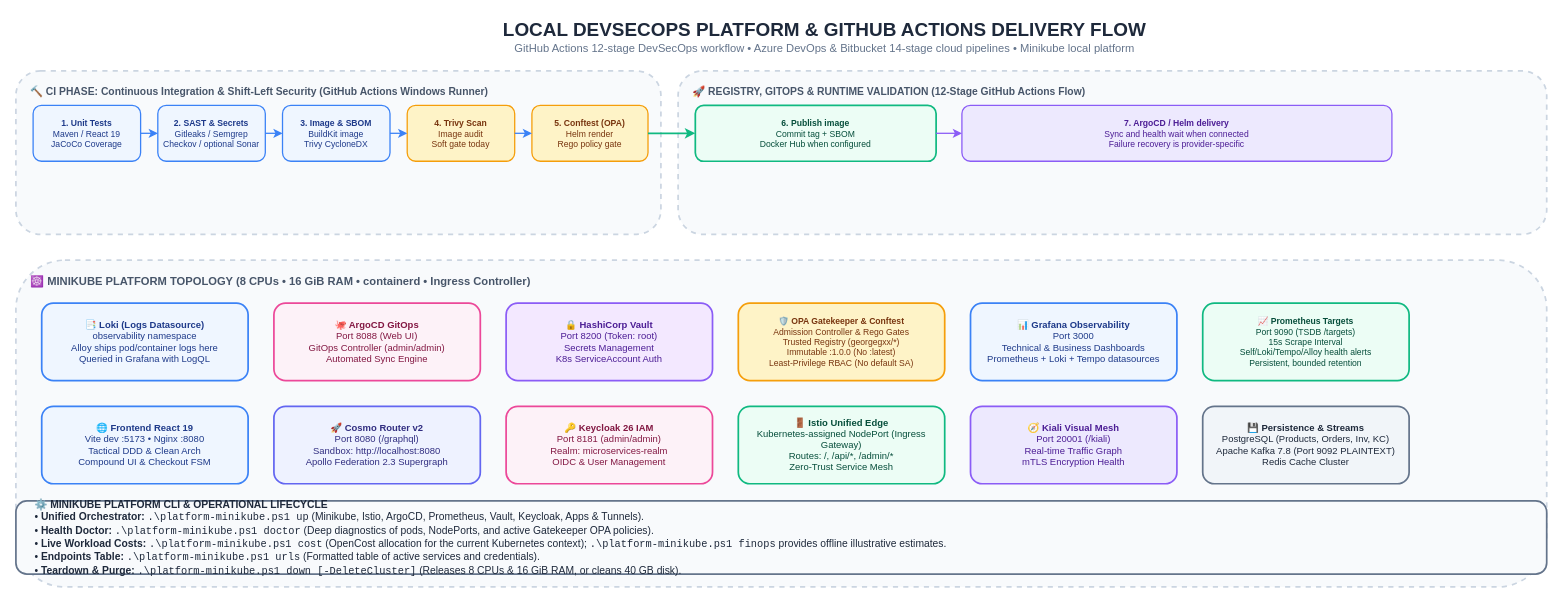
GeorgeGxx/microservices-architecture keeps this draw.io diagram as page "9. Local DevSecOps Platform & GitHub Actions Delivery" (9 of 16) of docs/Diagrams.drawio. Above is the earlier version. Source tidied: cells renumbered, new cells numbered last; positions are measured from the earlier drawing's top-left corner, leaving out a move shared by most shapes. Both pictures are drawn from the tidied source at 86%, with x=0, y=0 at pixel (15, 15).
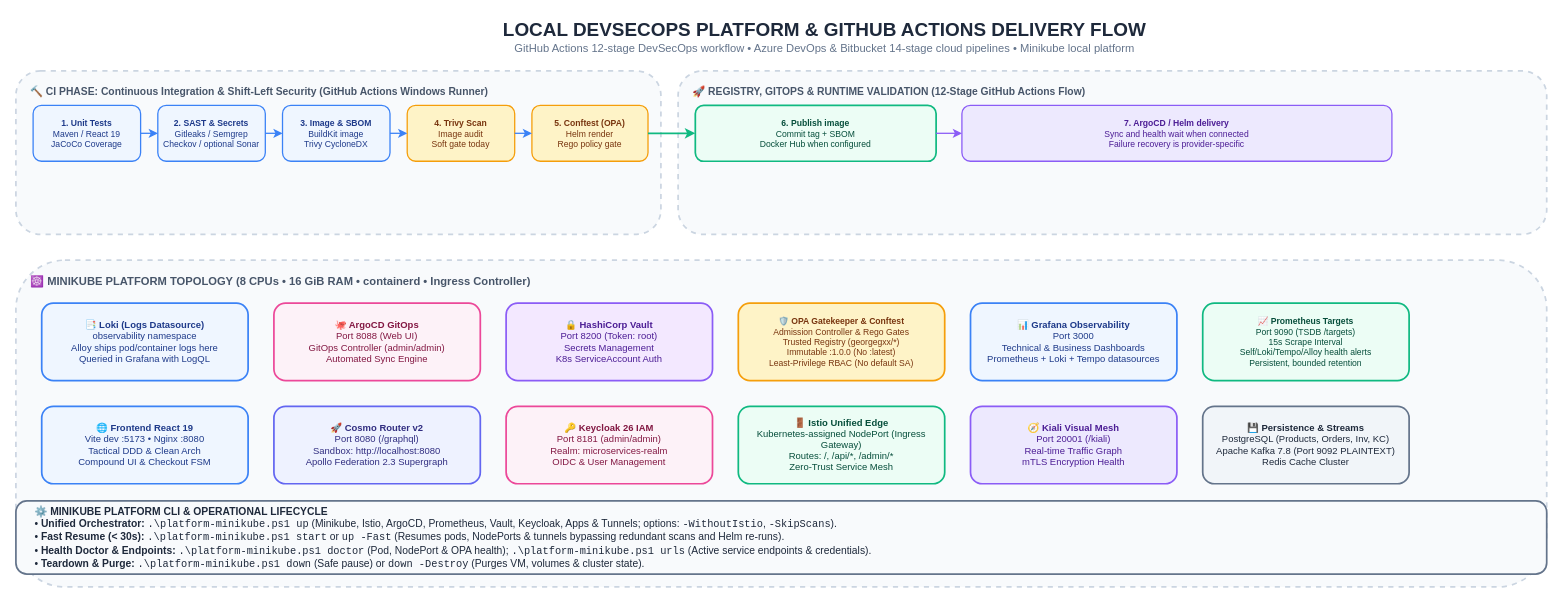
The same diagram, later.

Commit message (it also covers changes not shown here):
docs(diagrams): add omnichannel POS scanner architecture and sync platform fast-start operations

Diff of the diagram source:
```diff
@@
-    <mxCell id="31" value="&lt;b&gt;⚙️ MINIKUBE PLATFORM CLI &amp; OPERATIONAL LIFECYCLE&lt;/b&gt;&lt;br&gt;• &lt;b&gt;Unified Orchestrator:&lt;/b&gt; &lt;code&gt;.\platform-minikube.ps1 up&lt;/code&gt; (Minikube, Istio, ArgoCD, Prometheus, Vault, Keycloak, Apps &amp; Tunnels).&lt;br&gt;• &lt;b&gt;Health Doctor:&lt;/b&gt; &lt;code&gt;.\platform-minikube.ps1 doctor&lt;/code&gt; (Deep diagnostics of pods, NodePorts, and active Gatekeeper OPA policies).&lt;br&gt;• &lt;b&gt;Live Workload Costs:&lt;/b&gt; &lt;code&gt;.\platform-minikube.ps1 cost&lt;/code&gt; (OpenCost allocation for the current Kubernetes context); &lt;code&gt;.\platform-minikube.ps1 finops&lt;/code&gt; provides offline illustrative estimates.&lt;br&gt;• &lt;b&gt;Endpoints Table:&lt;/b&gt; &lt;code&gt;.\platform-minikube.ps1 urls&lt;/code&gt; (Formatted table of active services and credentials).&lt;br&gt;• &lt;b&gt;Teardown &amp; Purge:&lt;/b&gt; &lt;code&gt;.\platform-minikube.ps1 down [-DeleteCluster]&lt;/code&gt; (Releases 8 CPUs &amp; 16 GiB RAM, or cleans 40 GB disk)." style="rounded=1;whiteSpace=wrap;html=1;fillColor=#F8FAFC;strokeColor=#64748B;strokeWidth=2;fontColor=#1E293B;fontSize=12;align=left;spacingLeft=20;" parent="1" vertex="1">
+    <mxCell id="31" value="&lt;b&gt;⚙️ MINIKUBE PLATFORM CLI &amp; OPERATIONAL LIFECYCLE&lt;/b&gt;&lt;br&gt;• &lt;b&gt;Unified Orchestrator:&lt;/b&gt; &lt;code&gt;.\platform-minikube.ps1 up&lt;/code&gt; (Minikube, Istio, ArgoCD, Prometheus, Vault, Keycloak, Apps &amp; Tunnels; options: &lt;code&gt;-WithoutIstio&lt;/code&gt;, &lt;code&gt;-SkipScans&lt;/code&gt;).&lt;br&gt;• &lt;b&gt;Fast Resume (&amp;lt; 30s):&lt;/b&gt; &lt;code&gt;.\platform-minikube.ps1 start&lt;/code&gt; or &lt;code&gt;up -Fast&lt;/code&gt; (Resumes pods, NodePorts &amp; tunnels bypassing redundant scans and Helm re-runs).&lt;br&gt;• &lt;b&gt;Health Doctor &amp; Endpoints:&lt;/b&gt; &lt;code&gt;.\platform-minikube.ps1 doctor&lt;/code&gt; (Pod, NodePort &amp; OPA health); &lt;code&gt;.\platform-minikube.ps1 urls&lt;/code&gt; (Active service endpoints &amp; credentials).&lt;br&gt;• &lt;b&gt;Teardown &amp; Purge:&lt;/b&gt; &lt;code&gt;.\platform-minikube.ps1 down&lt;/code&gt; (Safe pause) or &lt;code&gt;down -Destroy&lt;/code&gt; (Purges VM, volumes &amp; cluster state)." style="rounded=1;whiteSpace=wrap;html=1;fillColor=#F8FAFC;strokeColor=#64748B;strokeWidth=2;fontColor=#1E293B;fontSize=12;align=left;spacingLeft=20;" parent="1" vertex="1">
       <mxGeometry y="565" width="1780" height="85" as="geometry" />
     </mxCell>
```
